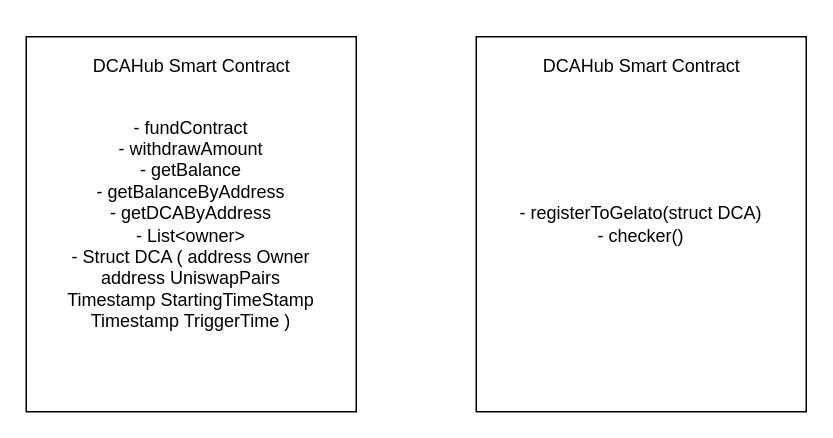
The draw.io diagram DCA.drawio in dca-dao/smart-contracts, before the edit. Source tidied: cells renumbered, new cells numbered last; positions are measured from the earlier drawing's top-left corner, leaving out a move shared by most shapes. Both pictures are drawn from the tidied source at 150%, with x=0, y=0 at pixel (26, 36).
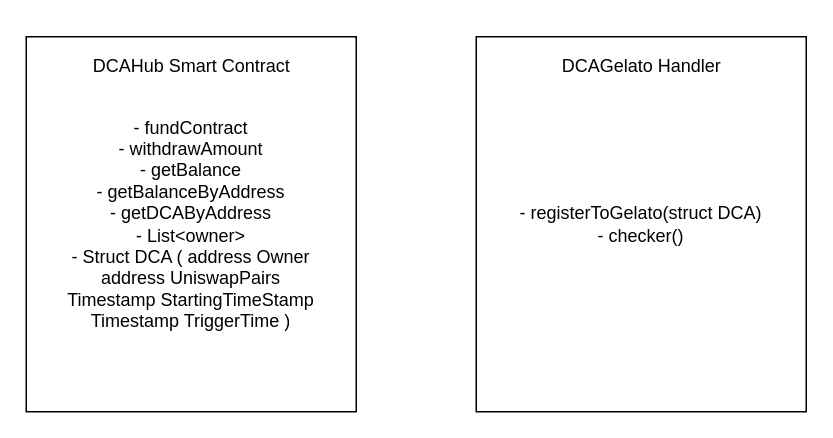
The same page after the edit.

The edit, as a diff of the source:
```diff
@@
 <mxGraphModel>
   <root>
     <mxCell id="0" />
     <mxCell id="1" parent="0" />
     <mxCell id="2" style="edgeStyle=orthogonalEdgeStyle;rounded=0;jettySize=auto;html=1;exitX=0.5;exitY=0;exitDx=0;exitDy=0;entryX=0.507;entryY=0.05;entryDx=0;entryDy=0;entryPerimeter=0;" parent="1" edge="1" source="3" target="4">
       <mxGeometry relative="1" as="geometry" />
     </mxCell>
     <mxCell id="3" style="whiteSpace=wrap;html=1;" parent="1" vertex="1">
       <mxGeometry width="220" height="250" as="geometry" />
     </mxCell>
     <mxCell id="4" value="DCAHub Smart Contract" style="text;html=1;align=center;verticalAlign=middle;points=[];strokeColor=none;fillColor=none;" parent="1" vertex="1">
       <mxGeometry x="35" y="10" width="150" height="20" as="geometry" />
     </mxCell>
     <mxCell id="5" value="- fundContract&lt;br&gt;- withdrawAmount&lt;br&gt;- getBalance&lt;br&gt;- getBalanceByAddress&lt;br&gt;- getDCAByAddress&lt;br&gt;- List&amp;lt;owner&amp;gt;&lt;br&gt;- Struct DCA ( address Owner&lt;br&gt;address UniswapPairs&lt;br&gt;Timestamp StartingTimeStamp&lt;br&gt;Timestamp TriggerTime )" style="text;html=1;strokeColor=none;fillColor=none;align=center;verticalAlign=middle;whiteSpace=wrap;rounded=0;" parent="1" vertex="1">
       <mxGeometry width="220" height="250" as="geometry" />
     </mxCell>
     <mxCell id="6" style="whiteSpace=wrap;html=1;" parent="1" vertex="1">
       <mxGeometry x="300" width="220" height="250" as="geometry" />
     </mxCell>
-    <mxCell id="7" value="DCAHub Smart Contract" style="text;html=1;align=center;verticalAlign=middle;strokeColor=none;fillColor=none;" parent="1" vertex="1">
-      <mxGeometry x="335" y="10" width="150" height="20" as="geometry" />
+    <mxCell id="7" value="DCAGelato Handler" style="text;html=1;align=center;verticalAlign=middle;strokeColor=none;fillColor=none;" parent="1" vertex="1">
+      <mxGeometry x="350" y="10" width="120" height="20" as="geometry" />
     </mxCell>
     <mxCell id="8" value="- registerToGelato(struct DCA)&lt;br&gt;- checker()" style="text;html=1;strokeColor=none;fillColor=none;align=center;verticalAlign=middle;whiteSpace=wrap;rounded=0;" parent="1" vertex="1">
       <mxGeometry x="300" width="220" height="250" as="geometry" />
     </mxCell>
   </root>
 </mxGraphModel>
```
